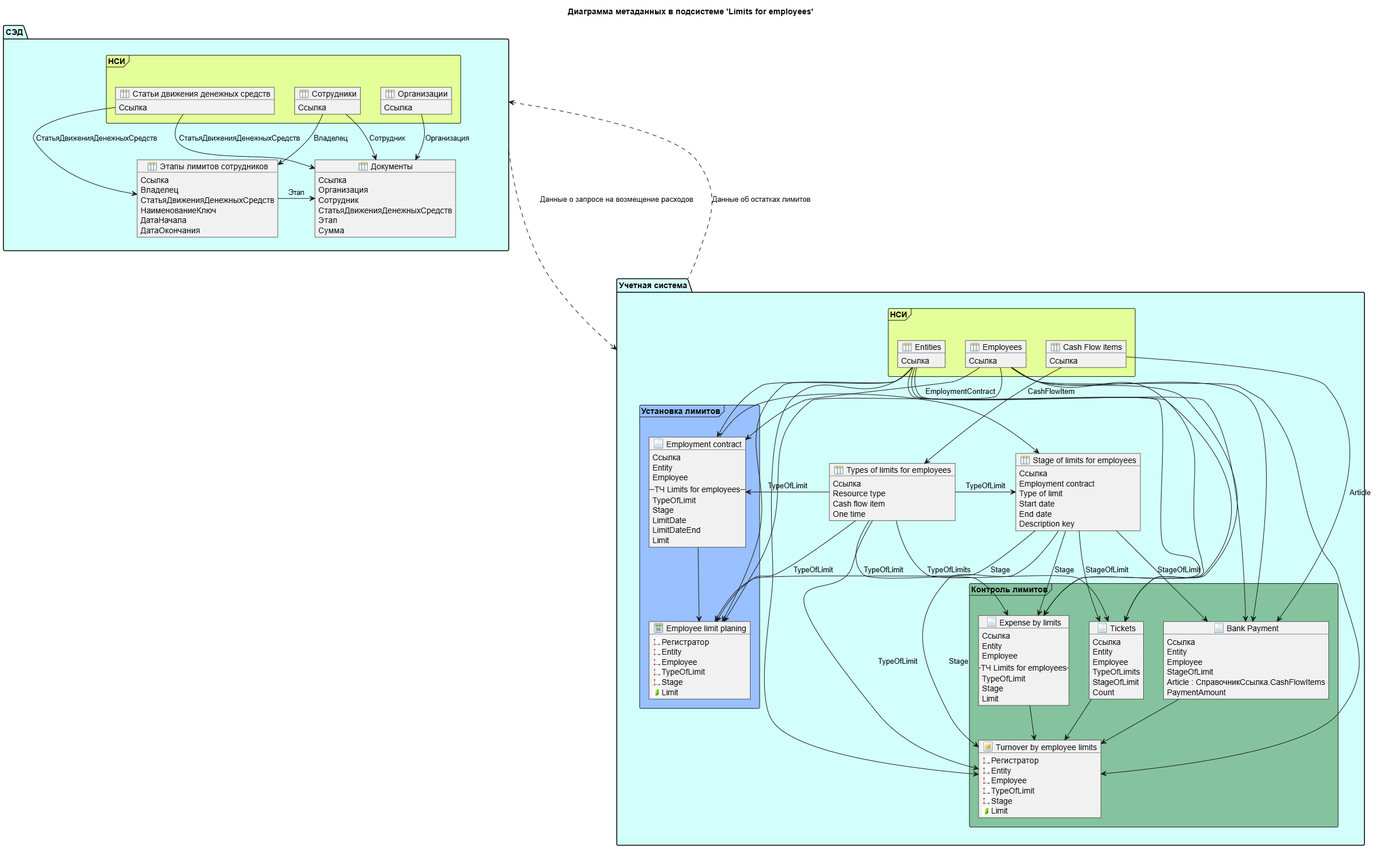
Before: doc/ER_Метаданные.png, a diagram exported from PlantUML (sser81/ProjectWork). Its source is kept beside it as doc/ER_Метаданные.puml. Its diagram source:
```plantuml
@startuml

!include https://raw.githubusercontent.com/Kyrales/1C-ER-plantuml/refs/heads/extended/main.puml

title Диаграмма метаданных в подсистеме 'Limits for employees'

package "Учетная система" #d3fffbff {

    package НСИ <<Frame>> #e4ff99ff {
        v8_Catalog(Entities){
            Ссылка
        }

        v8_Catalog(Employees){
            Ссылка
        }

        v8_Catalog(CashFlowItems, "Cash Flow items"){
            Ссылка
        }
    }

    v8_Catalog(TypesOfLimitsForEmployees, "Types of limits for employees"){
        Ссылка
        Resource type
        Cash flow item
        One time
    }

    v8_Catalog(StageOfLimitsForEmployees, "Stage of limits for employees"){
        Ссылка
        Employment contract
        Type of limit
        Start date
        End date
        Description key
        }

    package "Установка лимитов" <<Frame>> #99c0ffff {

        v8_Document(EmploymentContract, "Employment contract"){
            Ссылка
            Entity
            Employee
            --ТЧ Limits for employees--
            TypeOfLimit
            Stage
            LimitDate
            LimitDateEnd
            Limit
        }

        v8_InfoRg(EmployeeLimitPlaning, "Employee limit planing"){
            <$d>Регистратор
            <$d>Entity
            <$d>Employee
            <$d>TypeOfLimit
            <$d>Stage
            <$r>Limit
            }
    }

    package "Контроль лимитов" <<Frame>> #84c39eff{

        v8_Document(ExpenseByLimits, "Expense by limits"){
            Ссылка
            Entity
            Employee
            --ТЧ Limits for employees--
            TypeOfLimit
            Stage
            Limit
        }

        v8_Document(Tickets){
            Ссылка
            Entity
            Employee
            TypeOfLimits
            StageOfLimit
            Count
        }

        v8_Document(PaymentExpense, "Bank Payment"){
            Ссылка
            Entity
            Employee
            StageOfLimit
            Article : СправочникСсылка.CashFlowItems
            PaymentAmount
        }

        v8_AccRg(TurnoverByEmployeeLimits, "Turnover by employee limits"){
            <$d>Регистратор
            <$d>Entity
            <$d>Employee
            <$d>TypeOfLimit
            <$d>Stage
            <$r>Limit
        }

    }

Entities-->EmploymentContract
Employees-->EmploymentContract

Entities-->EmployeeLimitPlaning
Employees-->EmployeeLimitPlaning

Entities-->Tickets
Employees-->Tickets

Entities-->ExpenseByLimits
Employees-->ExpenseByLimits

Entities-->PaymentExpense
Employees-->PaymentExpense

Entities-->TurnoverByEmployeeLimits
Employees-->TurnoverByEmployeeLimits

CashFlowItems-down->TypesOfLimitsForEmployees : CashFlowItem
CashFlowItems-down->PaymentExpense : Article

TypesOfLimitsForEmployees-left->StageOfLimitsForEmployees : TypeOfLimit
EmploymentContract-->StageOfLimitsForEmployees : EmploymentContract

TypesOfLimitsForEmployees-->EmploymentContract : TypeOfLimit

TypesOfLimitsForEmployees-->EmployeeLimitPlaning : TypeOfLimit
StageOfLimitsForEmployees-down->EmployeeLimitPlaning : Stage
EmploymentContract-->EmployeeLimitPlaning

TypesOfLimitsForEmployees-->ExpenseByLimits : TypeOfLimit
StageOfLimitsForEmployees-->ExpenseByLimits : Stage

TypesOfLimitsForEmployees-->Tickets : TypeOfLimits
StageOfLimitsForEmployees-->Tickets : StageOfLimit

StageOfLimitsForEmployees-->PaymentExpense : StageOfLimit

TypesOfLimitsForEmployees-->TurnoverByEmployeeLimits : TypeOfLimit
StageOfLimitsForEmployees-->TurnoverByEmployeeLimits : Stage
ExpenseByLimits -->TurnoverByEmployeeLimits
Tickets-->TurnoverByEmployeeLimits
PaymentExpense-->TurnoverByEmployeeLimits

}

package СЭД #d3fffbff {

    package "НСИ" <<Frame>> #e4ff99ff {

        v8_Catalog(Организации){
            Ссылка
        }

        v8_Catalog(Сотрудники){
            Ссылка
        }

        v8_Catalog(СтатьиДвиженияДенежныхСредств, "Статьи движения денежных средств"){
            Ссылка
        }

    }

    v8_Catalog(ЭтапыЛимитовСотрудников, "Этапы лимитов сотрудников"){
        Ссылка
        Владелец
        СтатьяДвиженияДенежныхСредств
        НаименованиеКлюч
        ДатаНачала
        ДатаОкончания
        }

    v8_Catalog(ДокументыПредприятия, "Документы"){
        Ссылка
        Организация
        Сотрудник
        СтатьяДвиженияДенежныхСредств
        Этап
        Сумма
    }

    Сотрудники-->ЭтапыЛимитовСотрудников : Владелец
    СтатьиДвиженияДенежныхСредств-->ЭтапыЛимитовСотрудников : СтатьяДвиженияДенежныхСредств

    Организации-down->ДокументыПредприятия : Организация
    Сотрудники-down->ДокументыПредприятия : Сотрудник
    СтатьиДвиженияДенежныхСредств-down->ДокументыПредприятия : СтатьяДвиженияДенежныхСредств
    ЭтапыЛимитовСотрудников-left->ДокументыПредприятия : Этап
}

СЭД-down..>"Учетная система" : Данные о запросе на возмещение расходов
"Учетная система".up.>СЭД : Данные об остатках лимитов

@enduml
```
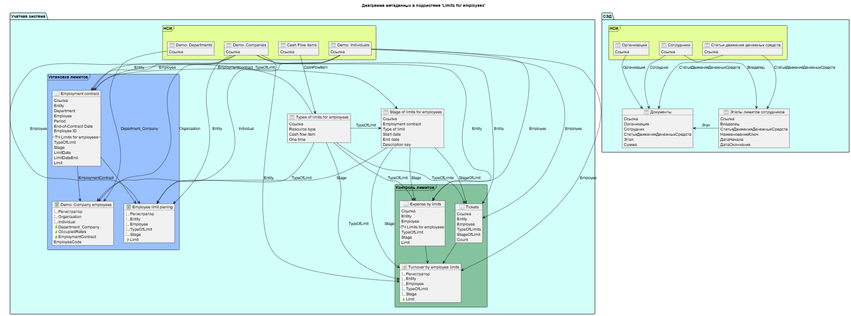
The same diagram one commit later.

Diff of the diagram source:
```diff
@@ -7,11 +7,15 @@
 package "Учетная система" #d3fffbff {
 
     package НСИ <<Frame>> #e4ff99ff {
-        v8_Catalog(Entities){
+        v8_Catalog(_DemoCompanies, "Demo: Companies"){
             Ссылка
         }
 
-        v8_Catalog(Employees){
+        v8_Catalog(_DemoDepartments, "Demo: Departments"){
+            Ссылка
+        }
+
+        v8_Catalog(_DemoIndividuals, "Demo: Individuals"){
             Ссылка
         }
 
@@ -41,7 +45,11 @@
         v8_Document(EmploymentContract, "Employment contract"){
             Ссылка
             Entity
+            Department
             Employee
+            Period
+            End-of-Contract Date
+            Employee ID
             --ТЧ Limits for employees--
             TypeOfLimit
             Stage
@@ -49,6 +57,16 @@
             LimitDateEnd
             Limit
         }
+
+        v8_InfoRg(_DemoCompaniesEmployees, "Demo: Company employees"){
+            <$d>Регистратор
+            <$d>Organization
+            <$d>Individual
+            <$r>Department_Company
+            <$r>OccupiedRates
+            <$r>EmploymentContract
+            EmployeeCode
+            }
 
         v8_InfoRg(EmployeeLimitPlaning, "Employee limit planing"){
             <$d>Регистратор
@@ -81,15 +99,6 @@
             Count
         }
 
-        v8_Document(PaymentExpense, "Bank Payment"){
-            Ссылка
-            Entity
-            Employee
-            StageOfLimit
-            Article : СправочникСсылка.CashFlowItems
-            PaymentAmount
-        }
-
         v8_AccRg(TurnoverByEmployeeLimits, "Turnover by employee limits"){
             <$d>Регистратор
             <$d>Entity
@@ -101,31 +110,33 @@
 
     }
 
-Entities-->EmploymentContract
-Employees-->EmploymentContract
+_DemoCompanies-->EmploymentContract : Entity
+_DemoIndividuals-->EmploymentContract : Employee
 
-Entities-->EmployeeLimitPlaning
-Employees-->EmployeeLimitPlaning
+_DemoCompanies-->_DemoCompaniesEmployees : Organization
+_DemoDepartments-->_DemoCompaniesEmployees : Department_Company
+_DemoIndividuals-->_DemoCompaniesEmployees : Individual
 
-Entities-->Tickets
-Employees-->Tickets
+_DemoCompanies-->EmployeeLimitPlaning : Entity
+_DemoIndividuals-->EmployeeLimitPlaning : Employee
 
-Entities-->ExpenseByLimits
-Employees-->ExpenseByLimits
+_DemoCompanies-->Tickets : Entity
+_DemoIndividuals-->Tickets : Employee
 
-Entities-->PaymentExpense
-Employees-->PaymentExpense
+_DemoCompanies-->ExpenseByLimits : Entity
+_DemoIndividuals-->ExpenseByLimits : Employee
 
-Entities-->TurnoverByEmployeeLimits
-Employees-->TurnoverByEmployeeLimits
+_DemoCompanies-->TurnoverByEmployeeLimits : Entity
+_DemoIndividuals-->TurnoverByEmployeeLimits : Employee
 
 CashFlowItems-down->TypesOfLimitsForEmployees : CashFlowItem
-CashFlowItems-down->PaymentExpense : Article
 
 TypesOfLimitsForEmployees-left->StageOfLimitsForEmployees : TypeOfLimit
 EmploymentContract-->StageOfLimitsForEmployees : EmploymentContract
 
 TypesOfLimitsForEmployees-->EmploymentContract : TypeOfLimit
+
+EmploymentContract-->_DemoCompaniesEmployees : EmploymentContract
 
 TypesOfLimitsForEmployees-->EmployeeLimitPlaning : TypeOfLimit
 StageOfLimitsForEmployees-down->EmployeeLimitPlaning : Stage
@@ -137,13 +148,11 @@
 TypesOfLimitsForEmployees-->Tickets : TypeOfLimits
 StageOfLimitsForEmployees-->Tickets : StageOfLimit
 
-StageOfLimitsForEmployees-->PaymentExpense : StageOfLimit
-
 TypesOfLimitsForEmployees-->TurnoverByEmployeeLimits : TypeOfLimit
 StageOfLimitsForEmployees-->TurnoverByEmployeeLimits : Stage
+
 ExpenseByLimits -->TurnoverByEmployeeLimits
 Tickets-->TurnoverByEmployeeLimits
-PaymentExpense-->TurnoverByEmployeeLimits
 
 }
 
@@ -192,7 +201,4 @@
     ЭтапыЛимитовСотрудников-left->ДокументыПредприятия : Этап
 }
 
-СЭД-down..>"Учетная система" : Данные о запросе на возмещение расходов
-"Учетная система".up.>СЭД : Данные об остатках лимитов
-
 @enduml
```
